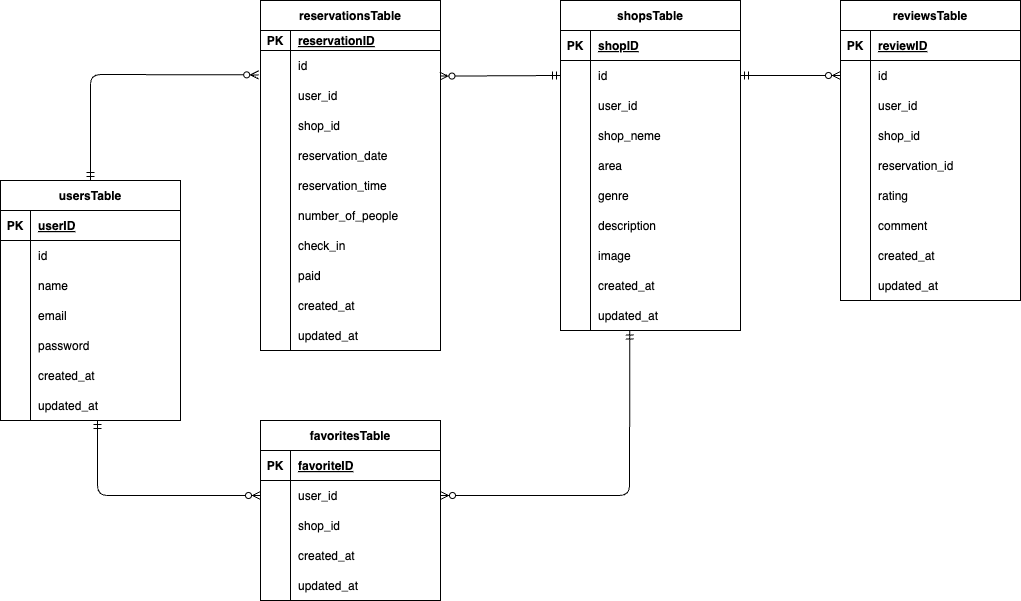
This is src/.drawio.png from uchi-a000/ReservationSystem, a draw.io export, as it was before one commit. Source tidied: cells renumbered, new cells last; positions are measured from the earlier drawing's top-left corner, leaving out a move shared by most shapes.
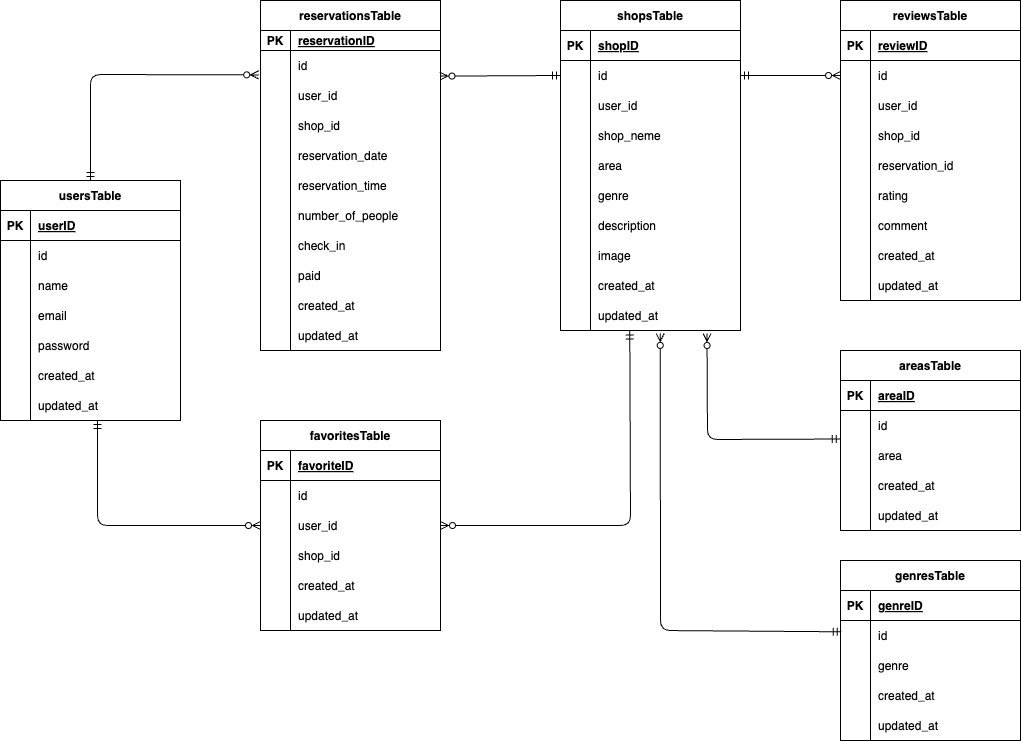
Later version of the same file.

The edit, as a diff of the source:
```diff
@@ -264,7 +264,7 @@
       <mxGeometry x="30" width="150" height="30" as="geometry" />
     </mxCell>
     <mxCell id="89" value="favoritesTable" style="shape=table;startSize=30;rowLines=0;fontStyle=1;align=center;" parent="1" vertex="1">
-      <mxGeometry x="260" y="420" width="180" height="180" as="geometry" />
+      <mxGeometry x="260" y="420" width="180" height="210" as="geometry" />
     </mxCell>
     <mxCell id="90" style="shape=tableRow;horizontal=0;startSize=0;swimlaneHead=0;swimlaneBody=0;fillColor=none;top=0;left=0;right=0;bottom=1;" parent="89" vertex="1">
       <mxGeometry y="30" width="180" height="30" as="geometry" />
@@ -275,8 +275,17 @@
     <mxCell id="92" value="favoriteID" style="shape=partialRectangle;fillColor=none;top=0;left=0;bottom=0;right=0;align=left;spacingLeft=6;fontStyle=5;overflow=hidden;" parent="90" vertex="1">
       <mxGeometry x="30" width="150" height="30" as="geometry" />
     </mxCell>
+    <mxCell id="138" style="shape=tableRow;horizontal=0;startSize=0;swimlaneHead=0;swimlaneBody=0;fillColor=none;top=0;left=0;right=0;bottom=0;" parent="89" vertex="1">
+      <mxGeometry y="60" width="180" height="30" as="geometry" />
+    </mxCell>
+    <mxCell id="139" style="shape=partialRectangle;fillColor=none;top=0;left=0;bottom=0;right=0;overflow=hidden;" parent="138" vertex="1">
+      <mxGeometry width="30" height="30" as="geometry" />
+    </mxCell>
+    <mxCell id="140" value="id" style="shape=partialRectangle;fillColor=none;top=0;left=0;bottom=0;right=0;align=left;spacingLeft=6;overflow=hidden;" parent="138" vertex="1">
+      <mxGeometry x="30" width="150" height="30" as="geometry" />
+    </mxCell>
     <mxCell id="93" style="shape=tableRow;horizontal=0;startSize=0;swimlaneHead=0;swimlaneBody=0;fillColor=none;points=[[0,0.5],[1,0.5]];portConstraint=eastwest;top=0;left=0;right=0;bottom=0;" parent="89" vertex="1">
-      <mxGeometry y="60" width="180" height="30" as="geometry" />
+      <mxGeometry y="90" width="180" height="30" as="geometry" />
     </mxCell>
     <mxCell id="94" style="shape=partialRectangle;fillColor=none;top=0;left=0;bottom=0;right=0;overflow=hidden;" parent="93" vertex="1">
       <mxGeometry width="30" height="30" as="geometry" />
@@ -285,7 +294,7 @@
       <mxGeometry x="30" width="150" height="30" as="geometry" />
     </mxCell>
     <mxCell id="96" style="shape=tableRow;horizontal=0;startSize=0;swimlaneHead=0;swimlaneBody=0;fillColor=none;top=0;left=0;right=0;bottom=0;" parent="89" vertex="1">
-      <mxGeometry y="90" width="180" height="30" as="geometry" />
+      <mxGeometry y="120" width="180" height="30" as="geometry" />
     </mxCell>
     <mxCell id="97" style="shape=partialRectangle;fillColor=none;top=0;left=0;bottom=0;right=0;overflow=hidden;" parent="96" vertex="1">
       <mxGeometry width="30" height="30" as="geometry" />
@@ -294,7 +303,7 @@
       <mxGeometry x="30" width="150" height="30" as="geometry" />
     </mxCell>
     <mxCell id="99" style="shape=tableRow;horizontal=0;startSize=0;swimlaneHead=0;swimlaneBody=0;fillColor=none;top=0;left=0;right=0;bottom=0;" parent="89" vertex="1">
-      <mxGeometry y="120" width="180" height="30" as="geometry" />
+      <mxGeometry y="150" width="180" height="30" as="geometry" />
     </mxCell>
     <mxCell id="100" style="shape=partialRectangle;fillColor=none;top=0;left=0;bottom=0;right=0;overflow=hidden;" parent="99" vertex="1">
       <mxGeometry width="30" height="30" as="geometry" />
@@ -303,7 +312,7 @@
       <mxGeometry x="30" width="150" height="30" as="geometry" />
     </mxCell>
     <mxCell id="102" style="shape=tableRow;horizontal=0;startSize=0;swimlaneHead=0;swimlaneBody=0;fillColor=none;top=0;left=0;right=0;bottom=0;" parent="89" vertex="1">
-      <mxGeometry y="150" width="180" height="30" as="geometry" />
+      <mxGeometry y="180" width="180" height="30" as="geometry" />
     </mxCell>
     <mxCell id="103" style="shape=partialRectangle;fillColor=none;top=0;left=0;bottom=0;right=0;overflow=hidden;" parent="102" vertex="1">
       <mxGeometry width="30" height="30" as="geometry" />
@@ -322,14 +331,14 @@
       <mxGeometry relative="1" as="geometry">
         <mxPoint x="97" y="420" as="sourcePoint" />
         <Array as="points">
-          <mxPoint x="97" y="495" />
+          <mxPoint x="97" y="525" />
         </Array>
       </mxGeometry>
     </mxCell>
     <mxCell id="107" style="fontSize=12;html=1;endArrow=ERzeroToMany;startArrow=ERmandOne;entryX=1;entryY=0.5;entryDx=0;entryDy=0;exitX=0.385;exitY=1.016;exitDx=0;exitDy=0;exitPerimeter=0;" parent="1" edge="1" source="52" target="93">
       <mxGeometry relative="1" as="geometry">
         <Array as="points">
-          <mxPoint x="629" y="495" />
+          <mxPoint x="630" y="525" />
         </Array>
       </mxGeometry>
     </mxCell>
@@ -423,5 +432,115 @@
     <mxCell id="137" style="fontSize=12;html=1;endArrow=ERzeroToMany;startArrow=ERmandOne;exitX=1;exitY=0.5;exitDx=0;exitDy=0;entryX=0;entryY=0.5;entryDx=0;entryDy=0;" parent="1" edge="1" source="28" target="113">
       <mxGeometry relative="1" as="geometry" />
     </mxCell>
+    <mxCell id="141" value="areasTable" style="shape=table;startSize=30;rowLines=0;fontStyle=1;align=center;" parent="1" vertex="1">
+      <mxGeometry x="840" y="350" width="180" height="180" as="geometry" />
+    </mxCell>
+    <mxCell id="142" style="shape=tableRow;horizontal=0;startSize=0;swimlaneHead=0;swimlaneBody=0;fillColor=none;top=0;left=0;right=0;bottom=1;" parent="141" vertex="1">
+      <mxGeometry y="30" width="180" height="30" as="geometry" />
+    </mxCell>
+    <mxCell id="143" value="PK" style="shape=partialRectangle;fillColor=none;top=0;left=0;bottom=0;right=0;fontStyle=1;overflow=hidden;" parent="142" vertex="1">
+      <mxGeometry width="30" height="30" as="geometry" />
+    </mxCell>
+    <mxCell id="144" value="areaID" style="shape=partialRectangle;fillColor=none;top=0;left=0;bottom=0;right=0;align=left;spacingLeft=6;fontStyle=5;overflow=hidden;" parent="142" vertex="1">
+      <mxGeometry x="30" width="150" height="30" as="geometry" />
+    </mxCell>
+    <mxCell id="145" style="shape=tableRow;horizontal=0;startSize=0;swimlaneHead=0;swimlaneBody=0;fillColor=none;top=0;left=0;right=0;bottom=0;" parent="141" vertex="1">
+      <mxGeometry y="60" width="180" height="30" as="geometry" />
+    </mxCell>
+    <mxCell id="146" style="shape=partialRectangle;fillColor=none;top=0;left=0;bottom=0;right=0;overflow=hidden;" parent="145" vertex="1">
+      <mxGeometry width="30" height="30" as="geometry" />
+    </mxCell>
+    <mxCell id="147" value="id" style="shape=partialRectangle;fillColor=none;top=0;left=0;bottom=0;right=0;align=left;spacingLeft=6;overflow=hidden;" parent="145" vertex="1">
+      <mxGeometry x="30" width="150" height="30" as="geometry" />
+    </mxCell>
+    <mxCell id="148" style="shape=tableRow;horizontal=0;startSize=0;swimlaneHead=0;swimlaneBody=0;fillColor=none;points=[[0,0.5],[1,0.5]];portConstraint=eastwest;top=0;left=0;right=0;bottom=0;" parent="141" vertex="1">
+      <mxGeometry y="90" width="180" height="30" as="geometry" />
+    </mxCell>
+    <mxCell id="149" style="shape=partialRectangle;fillColor=none;top=0;left=0;bottom=0;right=0;overflow=hidden;" parent="148" vertex="1">
+      <mxGeometry width="30" height="30" as="geometry" />
+    </mxCell>
+    <mxCell id="150" value="area" style="shape=partialRectangle;fillColor=none;top=0;left=0;bottom=0;right=0;align=left;spacingLeft=6;overflow=hidden;" parent="148" vertex="1">
+      <mxGeometry x="30" width="150" height="30" as="geometry" />
+    </mxCell>
+    <mxCell id="151" style="shape=tableRow;horizontal=0;startSize=0;swimlaneHead=0;swimlaneBody=0;fillColor=none;top=0;left=0;right=0;bottom=0;" parent="141" vertex="1">
+      <mxGeometry y="120" width="180" height="30" as="geometry" />
+    </mxCell>
+    <mxCell id="152" style="shape=partialRectangle;fillColor=none;top=0;left=0;bottom=0;right=0;overflow=hidden;" parent="151" vertex="1">
+      <mxGeometry width="30" height="30" as="geometry" />
+    </mxCell>
+    <mxCell id="153" value="created_at" style="shape=partialRectangle;fillColor=none;top=0;left=0;bottom=0;right=0;align=left;spacingLeft=6;overflow=hidden;" parent="151" vertex="1">
+      <mxGeometry x="30" width="150" height="30" as="geometry" />
+    </mxCell>
+    <mxCell id="154" style="shape=tableRow;horizontal=0;startSize=0;swimlaneHead=0;swimlaneBody=0;fillColor=none;top=0;left=0;right=0;bottom=0;" parent="141" vertex="1">
+      <mxGeometry y="150" width="180" height="30" as="geometry" />
+    </mxCell>
+    <mxCell id="155" style="shape=partialRectangle;fillColor=none;top=0;left=0;bottom=0;right=0;overflow=hidden;" parent="154" vertex="1">
+      <mxGeometry width="30" height="30" as="geometry" />
+    </mxCell>
+    <mxCell id="156" value="updated_at" style="shape=partialRectangle;fillColor=none;top=0;left=0;bottom=0;right=0;align=left;spacingLeft=6;overflow=hidden;" parent="154" vertex="1">
+      <mxGeometry x="30" width="150" height="30" as="geometry" />
+    </mxCell>
+    <mxCell id="157" value="genresTable" style="shape=table;startSize=30;rowLines=0;fontStyle=1;align=center;" parent="1" vertex="1">
+      <mxGeometry x="840" y="560" width="180" height="180" as="geometry" />
+    </mxCell>
+    <mxCell id="158" style="shape=tableRow;horizontal=0;startSize=0;swimlaneHead=0;swimlaneBody=0;fillColor=none;top=0;left=0;right=0;bottom=1;" parent="157" vertex="1">
+      <mxGeometry y="30" width="180" height="30" as="geometry" />
+    </mxCell>
+    <mxCell id="159" value="PK" style="shape=partialRectangle;fillColor=none;top=0;left=0;bottom=0;right=0;fontStyle=1;overflow=hidden;" parent="158" vertex="1">
+      <mxGeometry width="30" height="30" as="geometry" />
+    </mxCell>
+    <mxCell id="160" value="genreID" style="shape=partialRectangle;fillColor=none;top=0;left=0;bottom=0;right=0;align=left;spacingLeft=6;fontStyle=5;overflow=hidden;" parent="158" vertex="1">
+      <mxGeometry x="30" width="150" height="30" as="geometry" />
+    </mxCell>
+    <mxCell id="161" style="shape=tableRow;horizontal=0;startSize=0;swimlaneHead=0;swimlaneBody=0;fillColor=none;points=[[0,0.5],[1,0.5]];portConstraint=eastwest;top=0;left=0;right=0;bottom=0;" parent="157" vertex="1">
+      <mxGeometry y="60" width="180" height="30" as="geometry" />
+    </mxCell>
+    <mxCell id="162" style="shape=partialRectangle;fillColor=none;top=0;left=0;bottom=0;right=0;overflow=hidden;" parent="161" vertex="1">
+      <mxGeometry width="30" height="30" as="geometry" />
+    </mxCell>
+    <mxCell id="163" value="id" style="shape=partialRectangle;fillColor=none;top=0;left=0;bottom=0;right=0;align=left;spacingLeft=6;overflow=hidden;" parent="161" vertex="1">
+      <mxGeometry x="30" width="150" height="30" as="geometry" />
+    </mxCell>
+    <mxCell id="164" style="shape=tableRow;horizontal=0;startSize=0;swimlaneHead=0;swimlaneBody=0;fillColor=none;top=0;left=0;right=0;bottom=0;" parent="157" vertex="1">
+      <mxGeometry y="90" width="180" height="30" as="geometry" />
+    </mxCell>
+    <mxCell id="165" style="shape=partialRectangle;fillColor=none;top=0;left=0;bottom=0;right=0;overflow=hidden;" parent="164" vertex="1">
+      <mxGeometry width="30" height="30" as="geometry" />
+    </mxCell>
+    <mxCell id="166" value="genre" style="shape=partialRectangle;fillColor=none;top=0;left=0;bottom=0;right=0;align=left;spacingLeft=6;overflow=hidden;" parent="164" vertex="1">
+      <mxGeometry x="30" width="150" height="30" as="geometry" />
+    </mxCell>
+    <mxCell id="167" style="shape=tableRow;horizontal=0;startSize=0;swimlaneHead=0;swimlaneBody=0;fillColor=none;top=0;left=0;right=0;bottom=0;" parent="157" vertex="1">
+      <mxGeometry y="120" width="180" height="30" as="geometry" />
+    </mxCell>
+    <mxCell id="168" style="shape=partialRectangle;fillColor=none;top=0;left=0;bottom=0;right=0;overflow=hidden;" parent="167" vertex="1">
+      <mxGeometry width="30" height="30" as="geometry" />
+    </mxCell>
+    <mxCell id="169" value="created_at" style="shape=partialRectangle;fillColor=none;top=0;left=0;bottom=0;right=0;align=left;spacingLeft=6;overflow=hidden;" parent="167" vertex="1">
+      <mxGeometry x="30" width="150" height="30" as="geometry" />
+    </mxCell>
+    <mxCell id="170" style="shape=tableRow;horizontal=0;startSize=0;swimlaneHead=0;swimlaneBody=0;fillColor=none;top=0;left=0;right=0;bottom=0;" parent="157" vertex="1">
+      <mxGeometry y="150" width="180" height="30" as="geometry" />
+    </mxCell>
+    <mxCell id="171" style="shape=partialRectangle;fillColor=none;top=0;left=0;bottom=0;right=0;overflow=hidden;" parent="170" vertex="1">
+      <mxGeometry width="30" height="30" as="geometry" />
+    </mxCell>
+    <mxCell id="172" value="updated_at" style="shape=partialRectangle;fillColor=none;top=0;left=0;bottom=0;right=0;align=left;spacingLeft=6;overflow=hidden;" parent="170" vertex="1">
+      <mxGeometry x="30" width="150" height="30" as="geometry" />
+    </mxCell>
+    <mxCell id="173" style="fontSize=12;html=1;endArrow=ERzeroToMany;startArrow=ERmandOne;entryX=0.554;entryY=1.096;entryDx=0;entryDy=0;entryPerimeter=0;exitX=0.004;exitY=0.376;exitDx=0;exitDy=0;exitPerimeter=0;" parent="1" edge="1" source="161" target="52">
+      <mxGeometry relative="1" as="geometry">
+        <Array as="points">
+          <mxPoint x="660" y="630" />
+        </Array>
+      </mxGeometry>
+    </mxCell>
+    <mxCell id="174" style="fontSize=12;html=1;endArrow=ERzeroToMany;startArrow=ERmandOne;entryX=0.814;entryY=1.1;entryDx=0;entryDy=0;entryPerimeter=0;exitX=-0.002;exitY=-0.049;exitDx=0;exitDy=0;exitPerimeter=0;" parent="1" edge="1" source="148" target="52">
+      <mxGeometry relative="1" as="geometry">
+        <Array as="points">
+          <mxPoint x="707" y="439" />
+        </Array>
+      </mxGeometry>
+    </mxCell>
   </root>
 </mxGraphModel>
```
